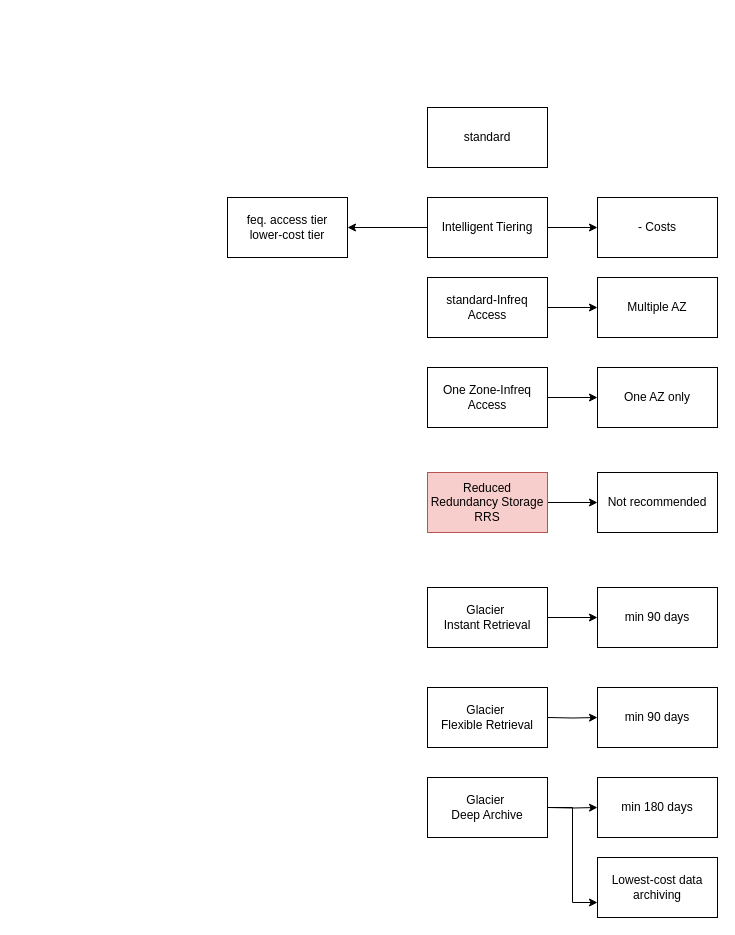
Before: drawio/aws/s3.drawio in cmkam/architecture, a draw.io diagram. Source tidied: cells renumbered, new cells numbered last; positions are measured from the earlier drawing's top-left corner, leaving out a move shared by most shapes. Both pictures are drawn from the tidied source at 100%, with x=0, y=0 at pixel (227, 107).
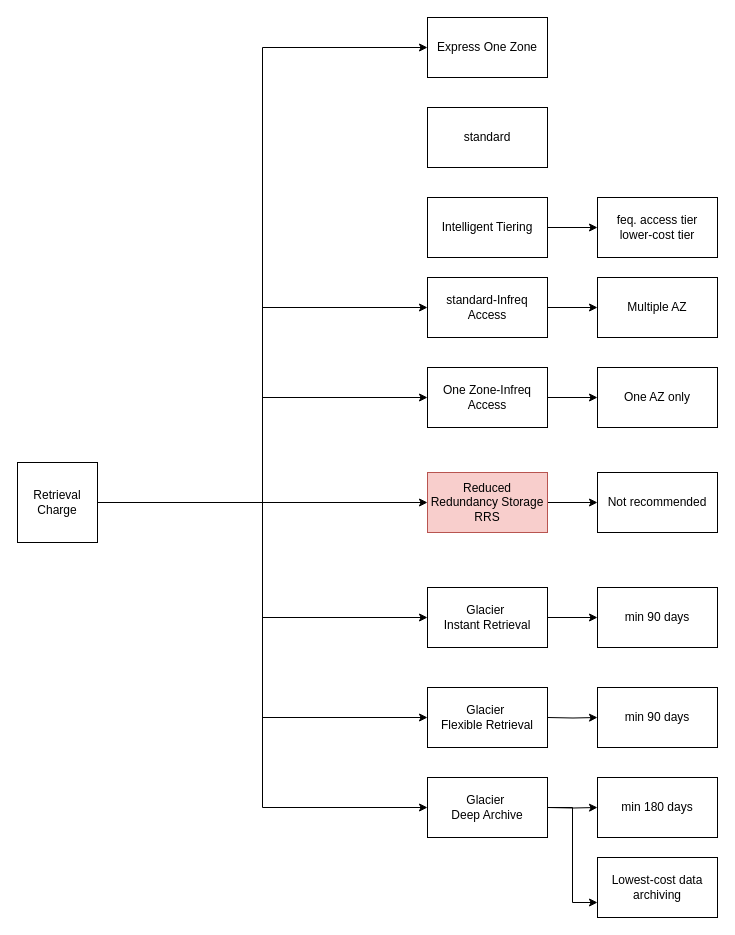
After the change.

Unchanged cells that the change refers to:
```xml
<mxCell id="5" value="Intelligent Tiering" style="rounded=0;whiteSpace=wrap;html=1;" parent="1" vertex="1">
  <mxGeometry x="200" y="90" width="120" height="60" as="geometry" />
</mxCell>
<mxCell id="8" value="standard-Infreq Access" style="rounded=0;whiteSpace=wrap;html=1;" parent="1" vertex="1">
  <mxGeometry x="200" y="170" width="120" height="60" as="geometry" />
</mxCell>
<mxCell id="10" value="One Zone-Infreq Access" style="rounded=0;whiteSpace=wrap;html=1;" parent="1" vertex="1">
  <mxGeometry x="200" y="260" width="120" height="60" as="geometry" />
</mxCell>
<mxCell id="15" value="Reduced Redundancy Storage&lt;div&gt;RRS&lt;/div&gt;" style="rounded=0;whiteSpace=wrap;html=1;fillColor=#f8cecc;strokeColor=#b85450;" parent="1" vertex="1">
  <mxGeometry x="200" y="365" width="120" height="60" as="geometry" />
</mxCell>
<mxCell id="18" value="Glacier&amp;nbsp;&lt;div&gt;Instant Retrieval&lt;/div&gt;" style="rounded=0;whiteSpace=wrap;html=1;" parent="1" vertex="1">
  <mxGeometry x="200" y="480" width="120" height="60" as="geometry" />
</mxCell>
<mxCell id="20" value="Glacier&amp;nbsp;&lt;div&gt;Flexible Retrieval&lt;/div&gt;" style="rounded=0;whiteSpace=wrap;html=1;" parent="1" vertex="1">
  <mxGeometry x="200" y="580" width="120" height="60" as="geometry" />
</mxCell>
<mxCell id="22" value="Glacier&amp;nbsp;&lt;div&gt;Deep Archive&lt;/div&gt;" style="rounded=0;whiteSpace=wrap;html=1;" parent="1" vertex="1">
  <mxGeometry x="200" y="670" width="120" height="60" as="geometry" />
</mxCell>
```

The edit, as a diff of the source:
```diff
@@
-    <mxCell id="3" style="edgeStyle=orthogonalEdgeStyle;rounded=0;jettySize=auto;html=1;" parent="1" edge="1" source="5" target="6">
-      <mxGeometry relative="1" as="geometry" />
-    </mxCell>
@@
-    <mxCell id="6" value="- Costs" style="rounded=0;whiteSpace=wrap;html=1;" parent="1" vertex="1">
-      <mxGeometry x="370" y="90" width="120" height="60" as="geometry" />
-    </mxCell>
@@
     <mxCell id="13" value="feq. access tier&lt;div&gt;lower-cost tier&lt;/div&gt;" style="rounded=0;whiteSpace=wrap;html=1;" parent="1" vertex="1">
-      <mxGeometry y="90" width="120" height="60" as="geometry" />
+      <mxGeometry x="370" y="90" width="120" height="60" as="geometry" />
     </mxCell>
@@
+    <mxCell id="28" style="edgeStyle=orthogonalEdgeStyle;rounded=0;jettySize=auto;html=1;entryX=0;entryY=0.5;entryDx=0;entryDy=0;" parent="1" edge="1" source="35" target="8">
+      <mxGeometry relative="1" as="geometry" />
+    </mxCell>
+    <mxCell id="29" style="edgeStyle=orthogonalEdgeStyle;rounded=0;jettySize=auto;html=1;entryX=0;entryY=0.5;entryDx=0;entryDy=0;" parent="1" edge="1" source="35" target="18">
+      <mxGeometry relative="1" as="geometry" />
+    </mxCell>
+    <mxCell id="30" style="edgeStyle=orthogonalEdgeStyle;rounded=0;jettySize=auto;html=1;entryX=0;entryY=0.5;entryDx=0;entryDy=0;" parent="1" edge="1" source="35" target="20">
+      <mxGeometry relative="1" as="geometry" />
+    </mxCell>
+    <mxCell id="31" style="edgeStyle=orthogonalEdgeStyle;rounded=0;jettySize=auto;html=1;entryX=0;entryY=0.5;entryDx=0;entryDy=0;" parent="1" edge="1" source="35" target="22">
+      <mxGeometry relative="1" as="geometry" />
+    </mxCell>
+    <mxCell id="32" style="edgeStyle=orthogonalEdgeStyle;rounded=0;jettySize=auto;html=1;entryX=0;entryY=0.5;entryDx=0;entryDy=0;" parent="1" edge="1" source="35" target="10">
+      <mxGeometry relative="1" as="geometry" />
+    </mxCell>
+    <mxCell id="33" style="edgeStyle=orthogonalEdgeStyle;rounded=0;jettySize=auto;html=1;" parent="1" edge="1" source="35" target="15">
+      <mxGeometry relative="1" as="geometry" />
+    </mxCell>
+    <mxCell id="34" style="edgeStyle=orthogonalEdgeStyle;rounded=0;jettySize=auto;html=1;entryX=0;entryY=0.5;entryDx=0;entryDy=0;" parent="1" edge="1" source="35" target="36">
+      <mxGeometry relative="1" as="geometry" />
+    </mxCell>
+    <mxCell id="35" value="Retrieval Charge" style="whiteSpace=wrap;html=1;" parent="1" vertex="1">
+      <mxGeometry x="-210" y="355" width="80" height="80" as="geometry" />
+    </mxCell>
+    <mxCell id="36" value="Express One Zone" style="rounded=0;whiteSpace=wrap;html=1;" parent="1" vertex="1">
+      <mxGeometry x="200" y="-90" width="120" height="60" as="geometry" />
+    </mxCell>
```
